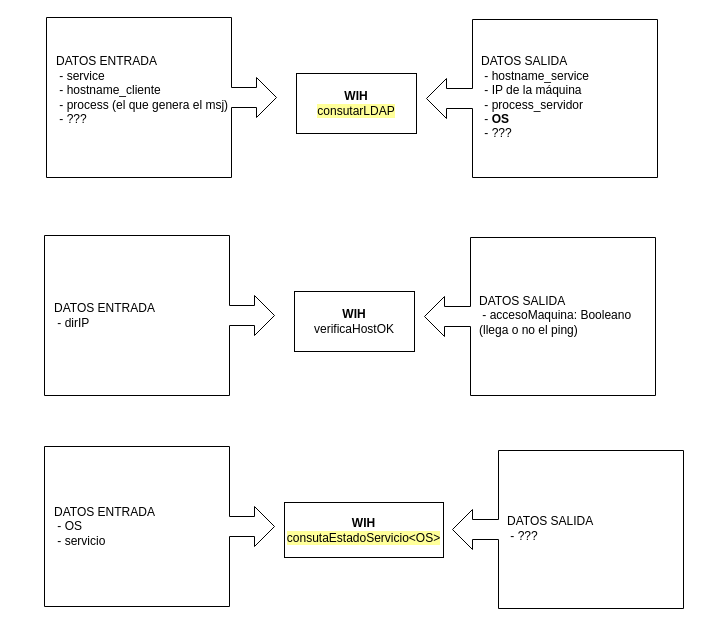
This is page "WIH" (3 of 3) of esquemaProcesos.drawio from MarianaReyesH/gestionRed, a draw.io file, before an edit. Source tidied: cells renumbered, new cells numbered last; positions are measured from the earlier drawing's top-left corner, leaving out a move shared by most shapes. Both pictures are drawn from the tidied source at 100%, with x=0, y=0 at pixel (44, 17).
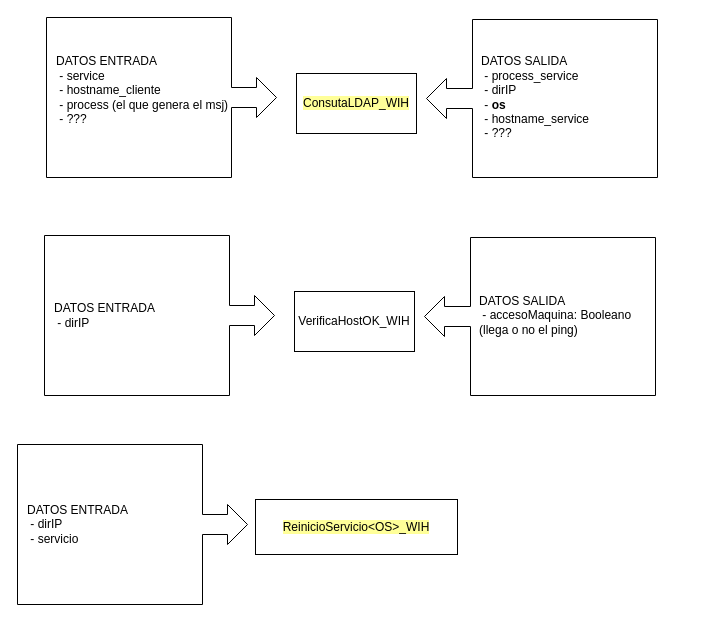
The same page after the edit.

The edit, as a diff of the source:
```diff
@@
 <mxGraphModel>
   <root>
     <mxCell id="0" />
     <mxCell id="1" parent="0" />
-    <mxCell id="2" value="&lt;b&gt;WIH&lt;/b&gt;&lt;div&gt;&lt;span style=&quot;background-color: rgb(255, 255, 153);&quot;&gt;consutarLDAP&lt;/span&gt;&lt;/div&gt;" style="rounded=0;whiteSpace=wrap;html=1;" parent="1" vertex="1">
+    <mxCell id="2" value="&lt;div&gt;&lt;span style=&quot;background-color: rgb(255, 255, 153);&quot;&gt;ConsutaLDAP_WIH&lt;/span&gt;&lt;/div&gt;" style="rounded=0;whiteSpace=wrap;html=1;" parent="1" vertex="1">
       <mxGeometry x="252" y="56" width="120" height="60" as="geometry" />
     </mxCell>
     <mxCell id="3" style="html=1;shadow=0;dashed=0;align=center;verticalAlign=middle;shape=mxgraph.arrows2.calloutArrow;dy=10;dx=20;notch=185;arrowHead=10;" parent="1" vertex="1">
       <mxGeometry x="2" width="230" height="160" as="geometry" />
     </mxCell>
     <mxCell id="4" value="DATOS ENTRADA&lt;div&gt;&amp;nbsp;- service&lt;/div&gt;&lt;div&gt;&lt;span style=&quot;background-color: initial;&quot;&gt;&amp;nbsp;- hostname_cliente&lt;/span&gt;&lt;div&gt;&amp;nbsp;- process (el que genera el msj)&lt;/div&gt;&lt;div&gt;&amp;nbsp;- ???&lt;/div&gt;&lt;div&gt;&amp;nbsp;&lt;/div&gt;&lt;/div&gt;" style="text;html=1;align=left;verticalAlign=middle;whiteSpace=wrap;rounded=0;" parent="1" vertex="1">
       <mxGeometry x="10" width="184" height="159" as="geometry" />
     </mxCell>
     <mxCell id="5" style="html=1;shadow=0;dashed=0;align=center;verticalAlign=middle;shape=mxgraph.arrows2.calloutArrow;dy=10;dx=20;notch=185;arrowHead=10;rotation=-180;" parent="1" vertex="1">
       <mxGeometry x="382" y="2" width="231" height="158" as="geometry" />
     </mxCell>
-    <mxCell id="6" value="DATOS SALIDA&lt;div&gt;&amp;nbsp;- hostname_service&lt;/div&gt;&lt;div&gt;&lt;div&gt;&amp;nbsp;- IP de la máquina&lt;/div&gt;&lt;/div&gt;&lt;div&gt;&amp;nbsp;- process_servidor&lt;/div&gt;&lt;div&gt;&lt;span style=&quot;background-color: initial;&quot;&gt;&amp;nbsp;- &lt;b&gt;OS&lt;/b&gt;&lt;/span&gt;&lt;br&gt;&lt;/div&gt;&lt;div&gt;&amp;nbsp;- ???&lt;/div&gt;" style="text;html=1;align=left;verticalAlign=middle;whiteSpace=wrap;rounded=0;" parent="1" vertex="1">
+    <mxCell id="6" value="DATOS SALIDA&lt;div&gt;&amp;nbsp;- process_service&lt;/div&gt;&lt;div&gt;&amp;nbsp;- dirIP&lt;/div&gt;&lt;div&gt;&amp;nbsp;-&amp;nbsp;&lt;b&gt;os&lt;/b&gt;&lt;br&gt;&lt;div&gt;&amp;nbsp;- hostname_service&lt;/div&gt;&lt;div&gt;&amp;nbsp;- ???&lt;/div&gt;&lt;/div&gt;" style="text;html=1;align=left;verticalAlign=middle;whiteSpace=wrap;rounded=0;" parent="1" vertex="1">
       <mxGeometry x="435" width="184" height="159" as="geometry" />
     </mxCell>
-    <mxCell id="7" value="&lt;b&gt;WIH&lt;/b&gt;&lt;div&gt;&lt;span style=&quot;background-color: rgb(255, 255, 255);&quot;&gt;verificaHostOK&lt;/span&gt;&lt;/div&gt;" style="rounded=0;whiteSpace=wrap;html=1;" parent="1" vertex="1">
+    <mxCell id="7" value="&lt;div&gt;&lt;span style=&quot;background-color: rgb(255, 255, 255);&quot;&gt;VerificaHostOK_WIH&lt;/span&gt;&lt;/div&gt;" style="rounded=0;whiteSpace=wrap;html=1;" parent="1" vertex="1">
       <mxGeometry x="250" y="274" width="120" height="60" as="geometry" />
     </mxCell>
     <mxCell id="8" style="html=1;shadow=0;dashed=0;align=center;verticalAlign=middle;shape=mxgraph.arrows2.calloutArrow;dy=10;dx=20;notch=185;arrowHead=10;" parent="1" vertex="1">
       <mxGeometry y="218" width="230" height="160" as="geometry" />
     </mxCell>
     <mxCell id="9" value="DATOS ENTRADA&lt;div&gt;&amp;nbsp;- dirIP&lt;/div&gt;" style="text;html=1;align=left;verticalAlign=middle;whiteSpace=wrap;rounded=0;" parent="1" vertex="1">
       <mxGeometry x="8" y="218" width="184" height="159" as="geometry" />
     </mxCell>
     <mxCell id="10" style="html=1;shadow=0;dashed=0;align=center;verticalAlign=middle;shape=mxgraph.arrows2.calloutArrow;dy=10;dx=20;notch=185;arrowHead=10;rotation=-180;" parent="1" vertex="1">
       <mxGeometry x="380" y="220" width="231" height="158" as="geometry" />
     </mxCell>
     <mxCell id="11" value="DATOS SALIDA&lt;div&gt;&amp;nbsp;- accesoMaquina: Booleano (llega o no el ping)&lt;/div&gt;" style="text;html=1;align=left;verticalAlign=middle;whiteSpace=wrap;rounded=0;" parent="1" vertex="1">
       <mxGeometry x="433" y="218" width="184" height="159" as="geometry" />
     </mxCell>
-    <mxCell id="12" value="&lt;b&gt;WIH&lt;/b&gt;&lt;div&gt;&lt;span style=&quot;background-color: rgb(255, 255, 153);&quot;&gt;consutaEstadoServicio&amp;lt;OS&amp;gt;&lt;/span&gt;&lt;/div&gt;" style="rounded=0;whiteSpace=wrap;html=1;" parent="1" vertex="1">
-      <mxGeometry x="240" y="485" width="159" height="55" as="geometry" />
+    <mxCell id="12" value="&lt;div&gt;&lt;span style=&quot;background-color: rgb(255, 255, 153);&quot;&gt;ReinicioServicio&amp;lt;OS&amp;gt;_WIH&lt;/span&gt;&lt;/div&gt;" style="rounded=0;whiteSpace=wrap;html=1;" parent="1" vertex="1">
+      <mxGeometry x="211" y="482" width="202" height="55" as="geometry" />
     </mxCell>
     <mxCell id="13" style="html=1;shadow=0;dashed=0;align=center;verticalAlign=middle;shape=mxgraph.arrows2.calloutArrow;dy=10;dx=20;notch=185;arrowHead=10;" parent="1" vertex="1">
-      <mxGeometry y="429" width="230" height="160" as="geometry" />
+      <mxGeometry x="-27" y="427" width="230" height="160" as="geometry" />
     </mxCell>
-    <mxCell id="14" value="DATOS ENTRADA&lt;div&gt;&amp;nbsp;- OS&lt;/div&gt;&lt;div&gt;&amp;nbsp;- servicio&lt;/div&gt;" style="text;html=1;align=left;verticalAlign=middle;whiteSpace=wrap;rounded=0;" parent="1" vertex="1">
-      <mxGeometry x="8" y="429" width="184" height="159" as="geometry" />
+    <mxCell id="14" value="DATOS ENTRADA&lt;div&gt;&amp;nbsp;- dirIP&lt;/div&gt;&lt;div&gt;&amp;nbsp;- servicio&lt;/div&gt;" style="text;html=1;align=left;verticalAlign=middle;whiteSpace=wrap;rounded=0;" parent="1" vertex="1">
+      <mxGeometry x="-19" y="427" width="184" height="159" as="geometry" />
     </mxCell>
-    <mxCell id="15" style="html=1;shadow=0;dashed=0;align=center;verticalAlign=middle;shape=mxgraph.arrows2.calloutArrow;dy=10;dx=20;notch=185;arrowHead=10;rotation=-180;" parent="1" vertex="1">
-      <mxGeometry x="408" y="433" width="231" height="158" as="geometry" />
-    </mxCell>
-    <mxCell id="16" value="DATOS SALIDA&lt;div&gt;&amp;nbsp;- ???&lt;/div&gt;" style="text;html=1;align=left;verticalAlign=middle;whiteSpace=wrap;rounded=0;" parent="1" vertex="1">
-      <mxGeometry x="461" y="431" width="184" height="159" as="geometry" />
-    </mxCell>
   </root>
 </mxGraphModel>
```
